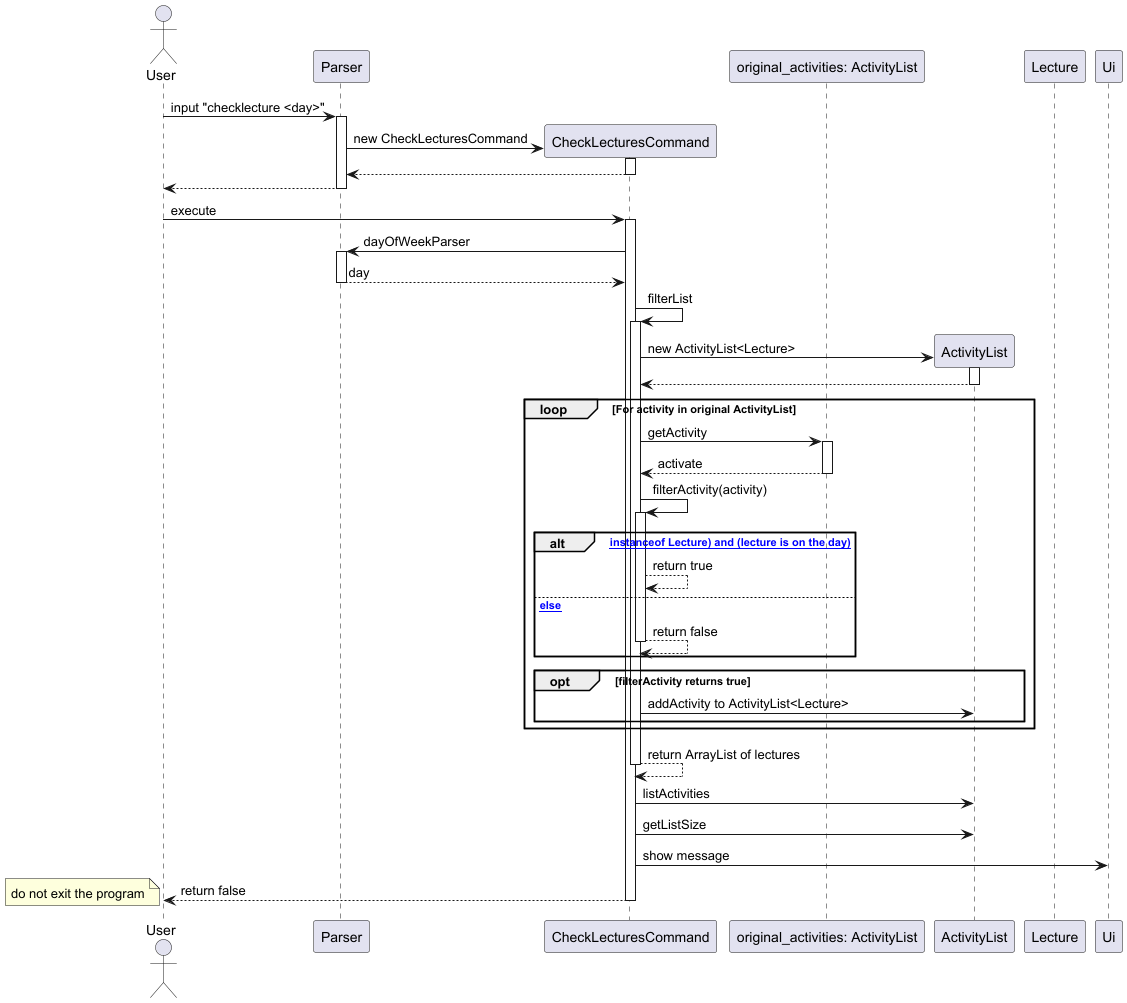
Earlier version of the PlantUML export docs/images/checkLecture_sequence.png (Kennahh/tp).
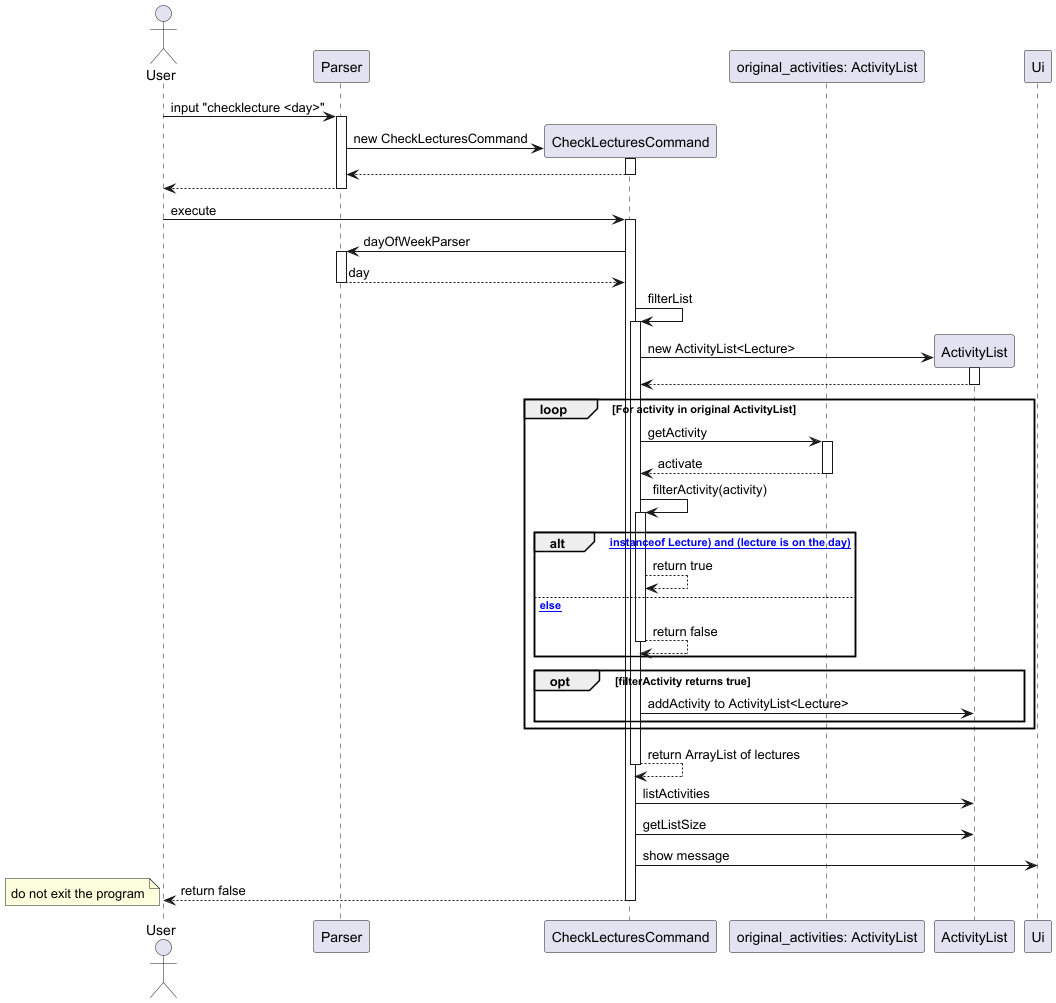
The same file after the commit.

Commit message:
remove redundant object in checklectures

The edit, as a diff of the source:
```diff
@@ -4,7 +4,6 @@
 participant CheckLecturesCommand
 participant "original_activities: ActivityList" as original_list
 participant ActivityList
-participant Lecture
 participant Ui
 
 User -> Parser: input "checklecture <day>"
```
